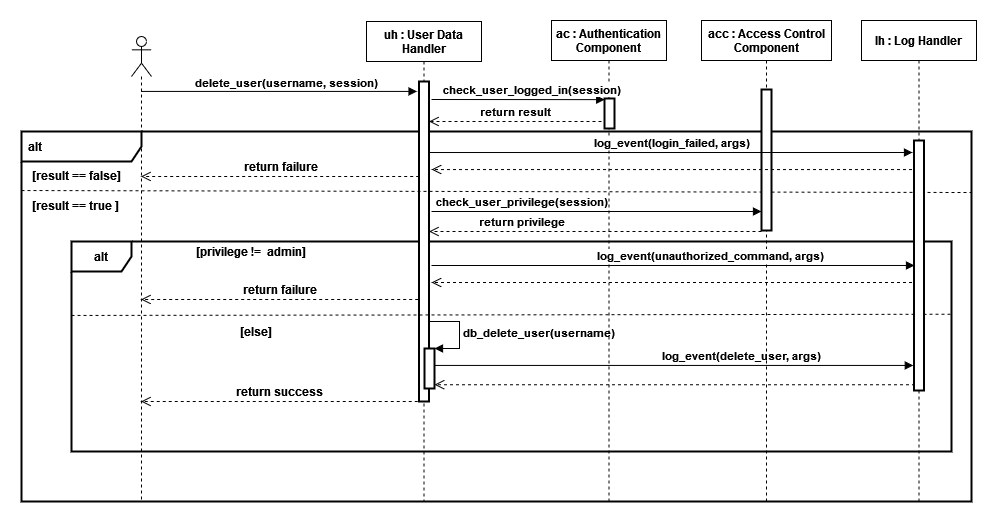
Before: Documentation/Sequence diagrams/Sequence_Delete_User.png, a diagram exported from draw.io (nemkrisz11/Computer-Security-Homework-2021-SHAjt). Source tidied: cells renumbered, new cells last; positions are measured from the earlier drawing's top-left corner, leaving out a move shared by most shapes.
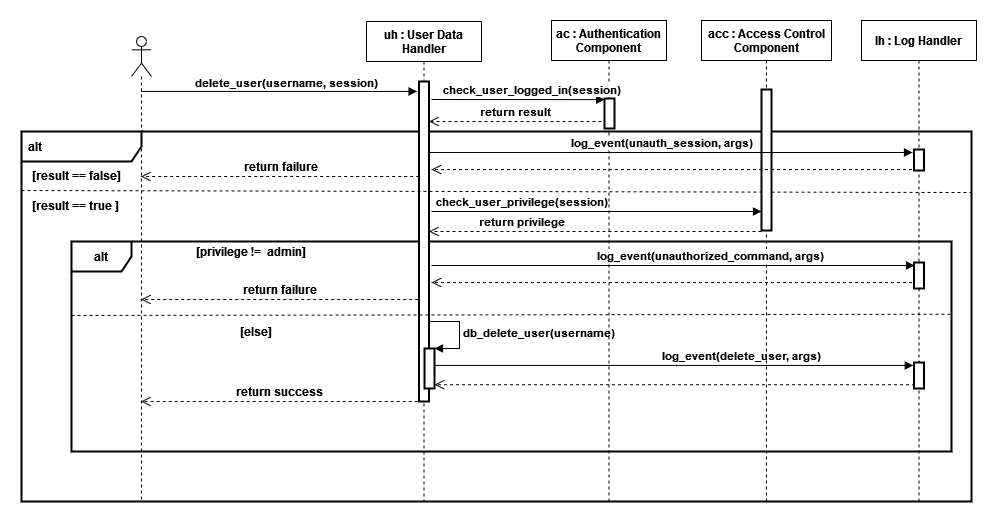
The same diagram one commit later.

Commit message:
#23 modify user password, component diagram and delete user fix

Change to the diagram source:
```diff
@@ -99,8 +99,14 @@
       <mxGeometry x="840" width="115" height="481" as="geometry" />
     </mxCell>
     <mxCell id="26" style="perimeter=orthogonalPerimeter;rounded=0;shadow=0;strokeWidth=2;" parent="25" vertex="1">
-      <mxGeometry x="52.5" y="120" width="10" height="250" as="geometry" />
+      <mxGeometry x="52.5" y="129" width="10" height="21" as="geometry" />
     </mxCell>
+    <mxCell id="36" style="perimeter=orthogonalPerimeter;rounded=0;shadow=0;strokeWidth=2;" parent="25" vertex="1">
+      <mxGeometry x="52.5" y="242" width="10" height="26" as="geometry" />
+    </mxCell>
+    <mxCell id="37" style="perimeter=orthogonalPerimeter;rounded=0;shadow=0;strokeWidth=2;" parent="25" vertex="1">
+      <mxGeometry x="52.5" y="342" width="10" height="26" as="geometry" />
+    </mxCell>
     <mxCell id="27" value="&lt;font style=&quot;font-size: 11px&quot;&gt;&lt;b&gt;log_event(delete_user, args)&lt;br&gt;&lt;/b&gt;&lt;/font&gt;" style="html=1;verticalAlign=bottom;endArrow=block;rounded=0;fontSize=12;endSize=6;strokeWidth=1;entryX=-0.071;entryY=-0.003;entryDx=0;entryDy=0;entryPerimeter=0;" parent="1" edge="1">
       <mxGeometry x="0.28" relative="1" as="geometry">
         <mxPoint x="413" y="344.9" as="sourcePoint" />
@@ -136,8 +142,8 @@
         <mxPoint x="410" y="262" as="targetPoint" />
       </mxGeometry>
     </mxCell>
-    <mxCell id="34" value="&lt;font style=&quot;font-size: 11px&quot;&gt;&lt;b&gt;log_event(login_failed, args)&lt;br&gt;&lt;/b&gt;&lt;/font&gt;" style="html=1;verticalAlign=bottom;endArrow=block;rounded=0;fontSize=12;endSize=6;strokeWidth=1;entryX=0.05;entryY=0.007;entryDx=0;entryDy=0;entryPerimeter=0;" parent="1" edge="1">
-      <mxGeometry relative="1" as="geometry">
+    <mxCell id="34" value="&lt;font style=&quot;font-size: 11px&quot;&gt;&lt;b&gt;log_event(&lt;/b&gt;&lt;/font&gt;&lt;font style=&quot;font-size: 11px&quot;&gt;&lt;b&gt;unauth_session, args)&lt;br&gt;&lt;/b&gt;&lt;/font&gt;" style="html=1;verticalAlign=bottom;endArrow=block;rounded=0;fontSize=12;endSize=6;strokeWidth=1;entryX=0.05;entryY=0.007;entryDx=0;entryDy=0;entryPerimeter=0;" parent="1" edge="1">
+      <mxGeometry x="-0.04" relative="1" as="geometry">
         <mxPoint x="408" y="132" as="sourcePoint" />
         <mxPoint x="891" y="132" as="targetPoint" />
       </mxGeometry>
```
